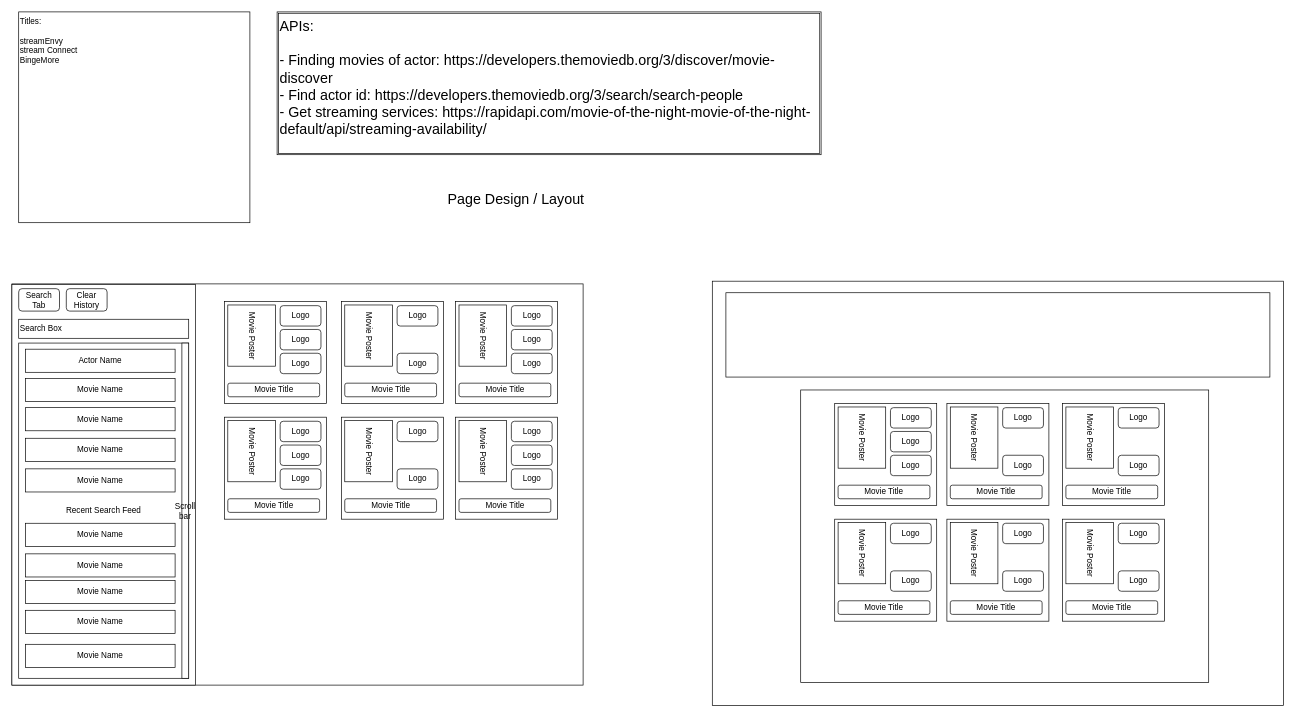
Earlier version of the draw.io diagram page "Page Layout" (1 of 3) of Stream Connect.drawio (gatorhatur/stream-connect). Source tidied: cells renumbered, new cells numbered last; positions are measured from the earlier drawing's top-left corner, leaving out a move shared by most shapes. Both pictures are drawn from the tidied source at 68%, with x=0, y=0 at pixel (12, 12).
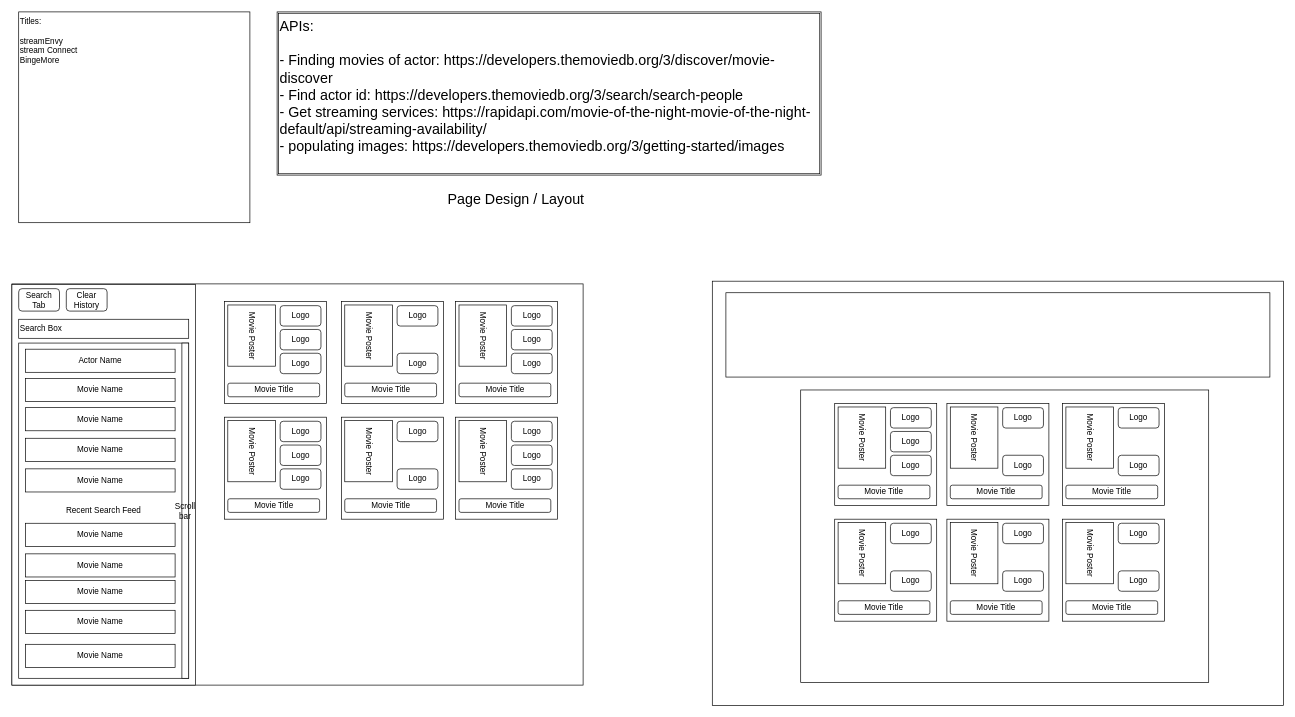
After the change.

Diff of the diagram source:
```diff
@@
-    <mxCell id="89" value="APIs:&lt;br&gt;&lt;br&gt;- Finding movies of actor:&amp;nbsp;https://developers.themoviedb.org/3/discover/movie-discover&lt;br&gt;- Find actor id:&amp;nbsp;https://developers.themoviedb.org/3/search/search-people&lt;br&gt;- Get streaming services:&amp;nbsp;https://rapidapi.com/movie-of-the-night-movie-of-the-night-default/api/streaming-availability/" style="shape=ext;double=1;rounded=0;whiteSpace=wrap;html=1;fontSize=21;align=left;verticalAlign=top;" parent="1" vertex="1">
-      <mxGeometry x="390" width="800" height="210" as="geometry" />
+    <mxCell id="89" value="APIs:&lt;br&gt;&lt;br&gt;- Finding movies of actor:&amp;nbsp;https://developers.themoviedb.org/3/discover/movie-discover&lt;br&gt;- Find actor id:&amp;nbsp;https://developers.themoviedb.org/3/search/search-people&lt;br&gt;- Get streaming services:&amp;nbsp;https://rapidapi.com/movie-of-the-night-movie-of-the-night-default/api/streaming-availability/&lt;br&gt;- populating images:&amp;nbsp;https://developers.themoviedb.org/3/getting-started/images&lt;br&gt;" style="shape=ext;double=1;rounded=0;whiteSpace=wrap;html=1;fontSize=21;align=left;verticalAlign=top;" parent="1" vertex="1">
+      <mxGeometry x="390" width="800" height="240" as="geometry" />
     </mxCell>
```
